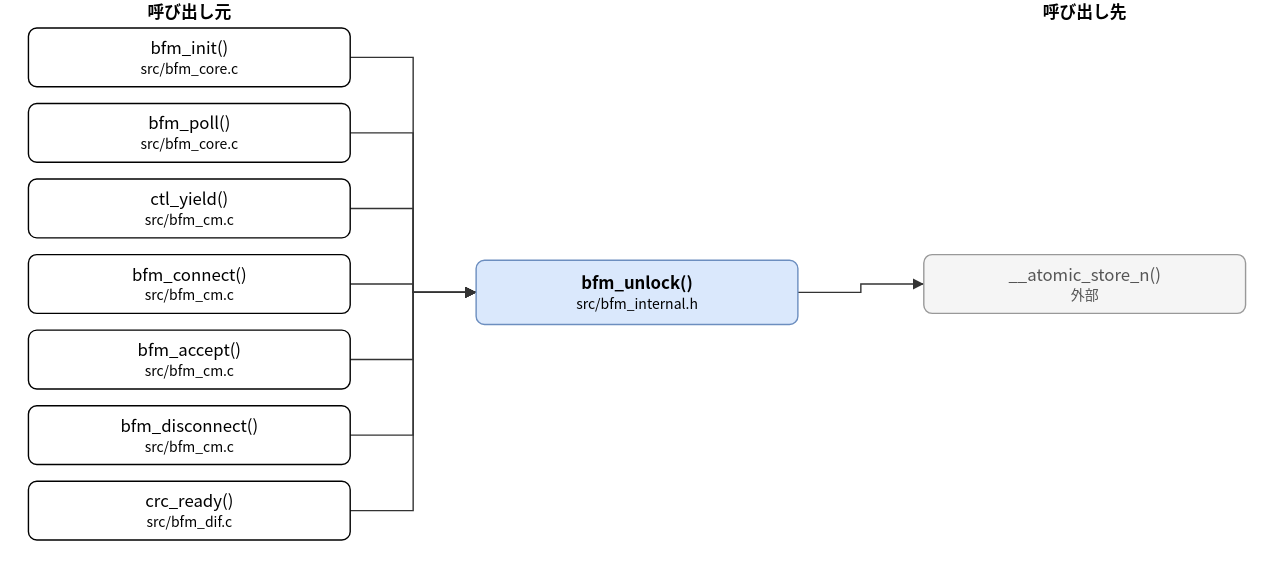
Above: doc/spec/images/call_src_bfm_internal-bfm_unlock.drawio.svg in hf355051012-ai/bfmem (draw.io), before the change. Source tidied: cells renumbered, new cells last; positions are measured from the earlier drawing's top-left corner, leaving out a move shared by most shapes. Source of this version:
```xml
<mxGraphModel>
  <root>
    <mxCell id="0" />
    <mxCell id="1" parent="0" />
    <mxCell id="2" value="bfm_unlock()&lt;br&gt;&lt;font style=&quot;font-size:10px&quot;&gt;src/bfm_internal.h&lt;/font&gt;" style="rounded=1;whiteSpace=wrap;html=1;fillColor=#dae8fc;strokeColor=#6c8ebf;fontStyle=1;" parent="1" vertex="1">
      <mxGeometry x="320" y="186" width="230" height="46" as="geometry" />
    </mxCell>
    <mxCell id="3" value="bfm_init()&lt;br&gt;&lt;font style=&quot;font-size:10px&quot;&gt;src/bfm_core.c&lt;/font&gt;" style="rounded=1;whiteSpace=wrap;html=1;" parent="1" vertex="1">
      <mxGeometry y="20" width="230" height="42" as="geometry" />
    </mxCell>
    <mxCell id="4" value="bfm_poll()&lt;br&gt;&lt;font style=&quot;font-size:10px&quot;&gt;src/bfm_core.c&lt;/font&gt;" style="rounded=1;whiteSpace=wrap;html=1;" parent="1" vertex="1">
      <mxGeometry y="74" width="230" height="42" as="geometry" />
    </mxCell>
    <mxCell id="5" value="ctl_yield()&lt;br&gt;&lt;font style=&quot;font-size:10px&quot;&gt;src/bfm_cm.c&lt;/font&gt;" style="rounded=1;whiteSpace=wrap;html=1;" parent="1" vertex="1">
      <mxGeometry y="128" width="230" height="42" as="geometry" />
    </mxCell>
    <mxCell id="6" value="bfm_connect()&lt;br&gt;&lt;font style=&quot;font-size:10px&quot;&gt;src/bfm_cm.c&lt;/font&gt;" style="rounded=1;whiteSpace=wrap;html=1;" parent="1" vertex="1">
      <mxGeometry y="182" width="230" height="42" as="geometry" />
    </mxCell>
    <mxCell id="7" value="bfm_accept()&lt;br&gt;&lt;font style=&quot;font-size:10px&quot;&gt;src/bfm_cm.c&lt;/font&gt;" style="rounded=1;whiteSpace=wrap;html=1;" parent="1" vertex="1">
      <mxGeometry y="236" width="230" height="42" as="geometry" />
    </mxCell>
    <mxCell id="8" value="bfm_disconnect()&lt;br&gt;&lt;font style=&quot;font-size:10px&quot;&gt;src/bfm_cm.c&lt;/font&gt;" style="rounded=1;whiteSpace=wrap;html=1;" parent="1" vertex="1">
      <mxGeometry y="290" width="230" height="42" as="geometry" />
    </mxCell>
    <mxCell id="9" value="crc_ready()&lt;br&gt;&lt;font style=&quot;font-size:10px&quot;&gt;src/bfm_dif.c&lt;/font&gt;" style="rounded=1;whiteSpace=wrap;html=1;" parent="1" vertex="1">
      <mxGeometry y="344" width="230" height="42" as="geometry" />
    </mxCell>
    <mxCell id="10" value="__atomic_store_n()&lt;br&gt;&lt;font style=&quot;font-size:10px&quot;&gt;外部&lt;/font&gt;" style="rounded=1;whiteSpace=wrap;html=1;fillColor=#f5f5f5;strokeColor=#999999;fontColor=#555555;" parent="1" vertex="1">
      <mxGeometry x="640" y="182" width="230" height="42" as="geometry" />
    </mxCell>
    <mxCell id="11" style="edgeStyle=none;html=1;rounded=0;endArrow=block;endFill=1;exitX=1.0000;exitY=0.5000;exitDx=0;exitDy=0;exitPerimeter=0;entryX=0.0000;entryY=0.5000;entryDx=0;entryDy=0;entryPerimeter=0;" parent="1" edge="1" source="3" target="2">
      <mxGeometry relative="1" as="geometry">
        <Array as="points">
          <mxPoint x="275" y="41" />
          <mxPoint x="275" y="209" />
        </Array>
      </mxGeometry>
    </mxCell>
    <mxCell id="12" style="edgeStyle=none;html=1;rounded=0;endArrow=block;endFill=1;exitX=1.0000;exitY=0.5000;exitDx=0;exitDy=0;exitPerimeter=0;entryX=0.0000;entryY=0.5000;entryDx=0;entryDy=0;entryPerimeter=0;" parent="1" edge="1" source="4" target="2">
      <mxGeometry relative="1" as="geometry">
        <Array as="points">
          <mxPoint x="275" y="95" />
          <mxPoint x="275" y="209" />
        </Array>
      </mxGeometry>
    </mxCell>
    <mxCell id="13" style="edgeStyle=none;html=1;rounded=0;endArrow=block;endFill=1;exitX=1.0000;exitY=0.5000;exitDx=0;exitDy=0;exitPerimeter=0;entryX=0.0000;entryY=0.5000;entryDx=0;entryDy=0;entryPerimeter=0;" parent="1" edge="1" source="5" target="2">
      <mxGeometry relative="1" as="geometry">
        <Array as="points">
          <mxPoint x="275" y="149" />
          <mxPoint x="275" y="209" />
        </Array>
      </mxGeometry>
    </mxCell>
    <mxCell id="14" style="edgeStyle=none;html=1;rounded=0;endArrow=block;endFill=1;exitX=1.0000;exitY=0.5000;exitDx=0;exitDy=0;exitPerimeter=0;entryX=0.0000;entryY=0.5000;entryDx=0;entryDy=0;entryPerimeter=0;" parent="1" edge="1" source="6" target="2">
      <mxGeometry relative="1" as="geometry">
        <Array as="points">
          <mxPoint x="275" y="203" />
          <mxPoint x="275" y="209" />
        </Array>
      </mxGeometry>
    </mxCell>
    <mxCell id="15" style="edgeStyle=none;html=1;rounded=0;endArrow=block;endFill=1;exitX=1.0000;exitY=0.5000;exitDx=0;exitDy=0;exitPerimeter=0;entryX=0.0000;entryY=0.5000;entryDx=0;entryDy=0;entryPerimeter=0;" parent="1" edge="1" source="7" target="2">
      <mxGeometry relative="1" as="geometry">
        <Array as="points">
          <mxPoint x="275" y="257" />
          <mxPoint x="275" y="209" />
        </Array>
      </mxGeometry>
    </mxCell>
    <mxCell id="16" style="edgeStyle=none;html=1;rounded=0;endArrow=block;endFill=1;exitX=1.0000;exitY=0.5000;exitDx=0;exitDy=0;exitPerimeter=0;entryX=0.0000;entryY=0.5000;entryDx=0;entryDy=0;entryPerimeter=0;" parent="1" edge="1" source="8" target="2">
      <mxGeometry relative="1" as="geometry">
        <Array as="points">
          <mxPoint x="275" y="311" />
          <mxPoint x="275" y="209" />
        </Array>
      </mxGeometry>
    </mxCell>
    <mxCell id="17" style="edgeStyle=none;html=1;rounded=0;endArrow=block;endFill=1;exitX=1.0000;exitY=0.5000;exitDx=0;exitDy=0;exitPerimeter=0;entryX=0.0000;entryY=0.5000;entryDx=0;entryDy=0;entryPerimeter=0;" parent="1" edge="1" source="9" target="2">
      <mxGeometry relative="1" as="geometry">
        <Array as="points">
          <mxPoint x="275" y="365" />
          <mxPoint x="275" y="209" />
        </Array>
      </mxGeometry>
    </mxCell>
    <mxCell id="18" style="edgeStyle=none;html=1;rounded=0;endArrow=block;endFill=1;exitX=1.0000;exitY=0.5000;exitDx=0;exitDy=0;exitPerimeter=0;entryX=0.0000;entryY=0.5000;entryDx=0;entryDy=0;entryPerimeter=0;" parent="1" edge="1" source="2" target="10">
      <mxGeometry relative="1" as="geometry">
        <Array as="points">
          <mxPoint x="595" y="209" />
          <mxPoint x="595" y="203" />
        </Array>
      </mxGeometry>
    </mxCell>
    <mxCell id="19" value="呼び出し元" style="text;html=1;align=center;fontStyle=1;" parent="1" vertex="1">
      <mxGeometry x="35" width="160" height="18" as="geometry" />
    </mxCell>
    <mxCell id="20" value="呼び出し先" style="text;html=1;align=center;fontStyle=1;" parent="1" vertex="1">
      <mxGeometry x="675" width="160" height="18" as="geometry" />
    </mxCell>
  </root>
</mxGraphModel>
```
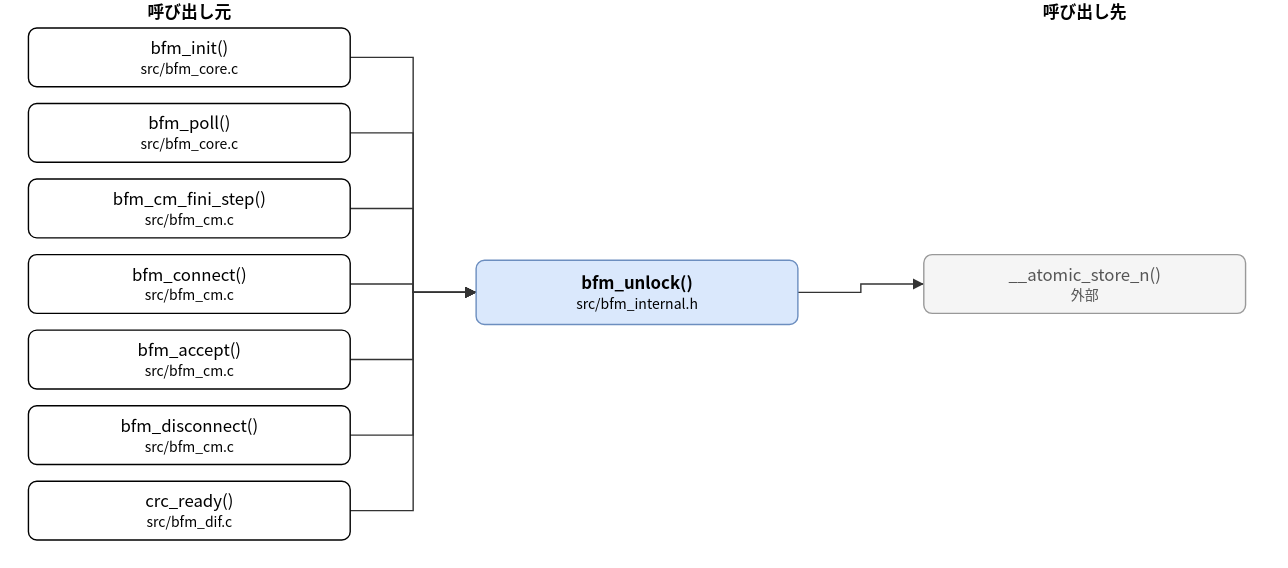
After the change.

The edit, as a diff of the source:
```diff
@@ -11,7 +11,7 @@
     <mxCell id="4" value="bfm_poll()&lt;br&gt;&lt;font style=&quot;font-size:10px&quot;&gt;src/bfm_core.c&lt;/font&gt;" style="rounded=1;whiteSpace=wrap;html=1;" parent="1" vertex="1">
       <mxGeometry y="74" width="230" height="42" as="geometry" />
     </mxCell>
-    <mxCell id="5" value="ctl_yield()&lt;br&gt;&lt;font style=&quot;font-size:10px&quot;&gt;src/bfm_cm.c&lt;/font&gt;" style="rounded=1;whiteSpace=wrap;html=1;" parent="1" vertex="1">
+    <mxCell id="5" value="bfm_cm_fini_step()&lt;br&gt;&lt;font style=&quot;font-size:10px&quot;&gt;src/bfm_cm.c&lt;/font&gt;" style="rounded=1;whiteSpace=wrap;html=1;" parent="1" vertex="1">
       <mxGeometry y="128" width="230" height="42" as="geometry" />
     </mxCell>
     <mxCell id="6" value="bfm_connect()&lt;br&gt;&lt;font style=&quot;font-size:10px&quot;&gt;src/bfm_cm.c&lt;/font&gt;" style="rounded=1;whiteSpace=wrap;html=1;" parent="1" vertex="1">
```
